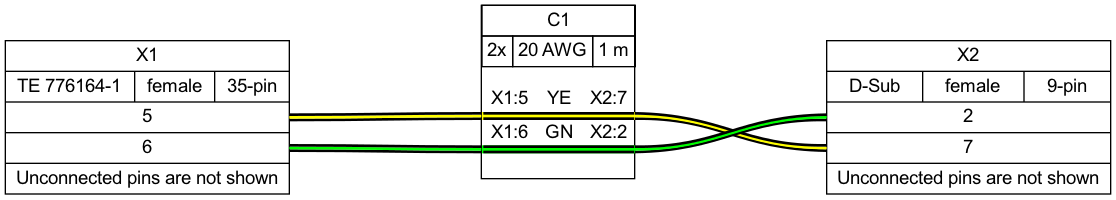
The Graphviz diagram examples/ex07.png in wireviz/WireViz, before a commit. Its source is kept beside it as examples/ex07.gv.
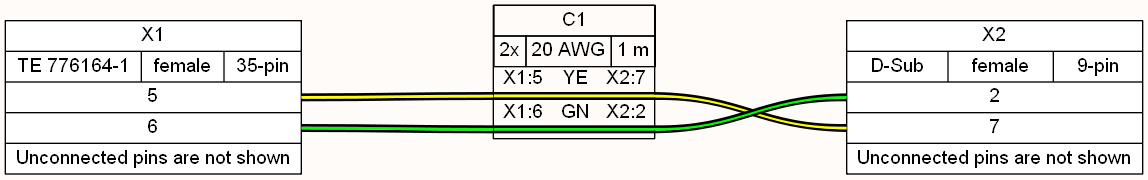
Above is the later version.

The edit, as a diff of the source:
```diff
@@ -1,5 +1,5 @@
 graph {
-	graph [bgcolor=white fontname=arial nodesep=0.33 rankdir=LR ranksep=2]
+	graph [bgcolor="#fffbf8" fontname=arial nodesep=0.33 rankdir=LR ranksep=2]
 	node [fillcolor=white fontname=arial shape=record style=filled]
 	edge [fontname=arial style=bold]
 	X1 [label="X1|{TE 776164-1|female|35-pin}|{{<p5r>5|<p6r>6}}|Unconnected pins are not shown"]
@@ -10,5 +10,5 @@
 	edge [color="#000000:#00ff00:#000000"]
 	X1:p6r:e -- C1:w2:w
 	C1:w2:e -- X2:p2l:w
-	C1 [label=<<table border="0" cellspacing="0" cellpadding="0"><tr><td><table border="0" cellspacing="0" cellpadding="3" cellborder="1"><tr><td colspan="3">C1</td></tr><tr><td>2x</td><td>20 AWG</td><td>1 m</td></tr></table></td></tr><tr><td>&nbsp;</td></tr><tr><td><table border="0" cellspacing="0" cellborder="0"><tr><td>X1:5</td><td>YE</td><td>X2:7</td></tr><tr><td colspan="3" cellpadding="0" height="6" bgcolor="#ffff00" border="2" sides="tb" port="w1"></td></tr><tr><td>X1:6</td><td>GN</td><td>X2:2</td></tr><tr><td colspan="3" cellpadding="0" height="6" bgcolor="#00ff00" border="2" sides="tb" port="w2"></td></tr><tr><td>&nbsp;</td></tr></table></td></tr></table>> fillcolor=white margin=0 shape=box style=""]
+	C1 [label=<<table border="0" cellspacing="0" cellpadding="0"><tr><td><table border="0" cellspacing="0" cellpadding="3" cellborder="1"><tr><td colspan="3">C1</td></tr><tr><td>2x</td><td>20 AWG</td><td>1 m</td></tr></table></td></tr><tr><td></td></tr><tr><td><table border="0" cellspacing="0" cellborder="0"><tr><td>X1:5</td><td>YE</td><td>X2:7</td></tr><tr><td colspan="3" border="0" cellspacing="0" cellpadding="0" port="w1" height="6"><table cellspacing="0" cellborder="0" border = "0"><tr><td colspan="3" cellpadding="0" height="2" bgcolor="#000000" border="0"></td></tr><tr><td colspan="3" cellpadding="0" height="2" bgcolor="#ffff00" border="0"></td></tr><tr><td colspan="3" cellpadding="0" height="2" bgcolor="#000000" border="0"></td></tr></table></td></tr><tr><td>X1:6</td><td>GN</td><td>X2:2</td></tr><tr><td colspan="3" border="0" cellspacing="0" cellpadding="0" port="w2" height="6"><table cellspacing="0" cellborder="0" border = "0"><tr><td colspan="3" cellpadding="0" height="2" bgcolor="#000000" border="0"></td></tr><tr><td colspan="3" cellpadding="0" height="2" bgcolor="#00ff00" border="0"></td></tr><tr><td colspan="3" cellpadding="0" height="2" bgcolor="#000000" border="0"></td></tr></table></td></tr><tr><td></td></tr></table></td></tr></table>> fillcolor=white margin=0 shape=box style=""]
 }
```
